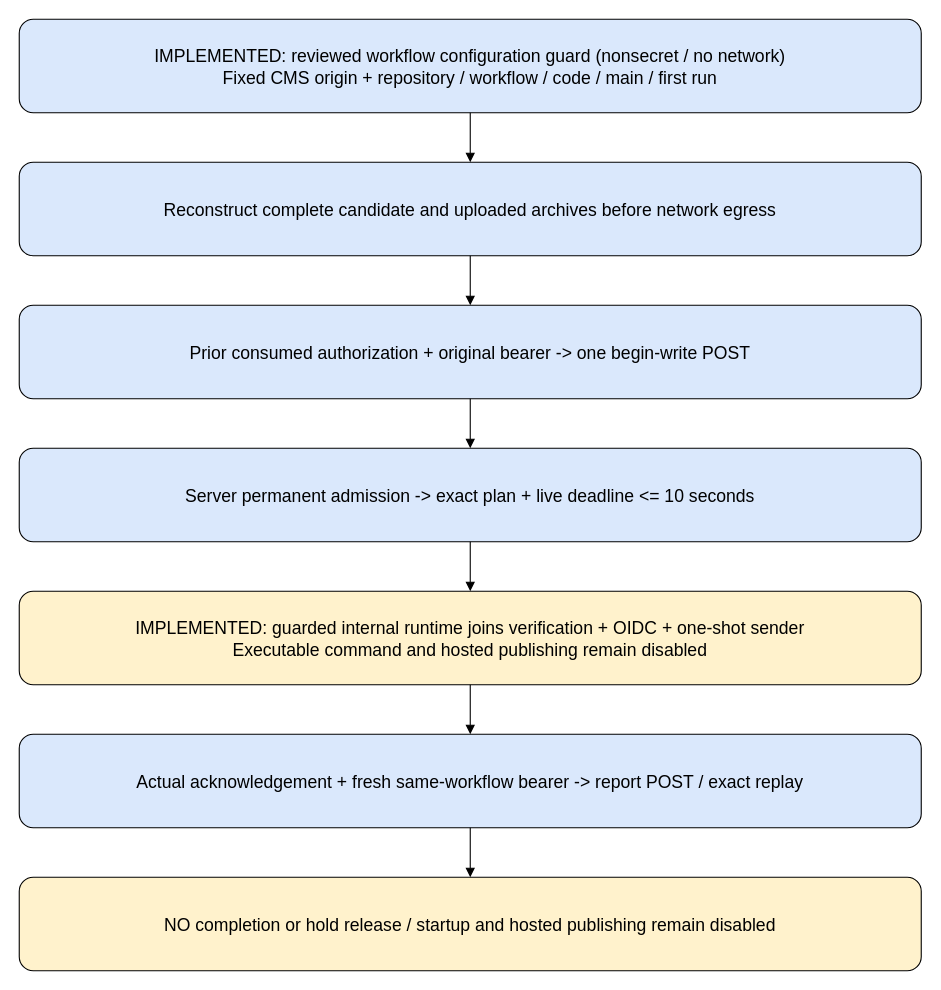
Before: docs/diagrams/receiver-client-exchange.drawio in devalltect00/devalltect00.github.io, a draw.io diagram. Source tidied: cells renumbered, new cells numbered last; positions are measured from the earlier drawing's top-left corner, leaving out a move shared by most shapes. Both pictures are drawn from the tidied source at 110%, with x=0, y=0 at pixel (19, 19).
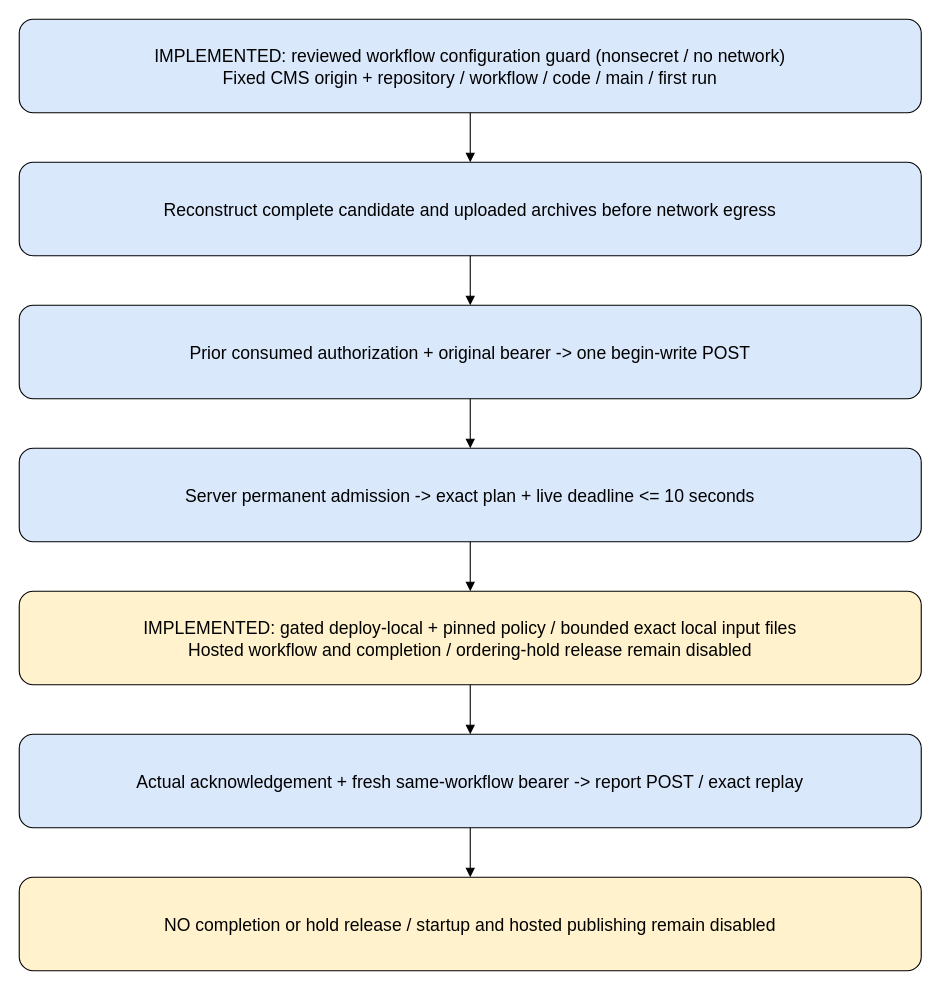
The same diagram, later.

What changed in the source:
```diff
@@
 <mxGraphModel>
   <root>
     <mxCell id="0" />
     <mxCell id="1" parent="0" />
     <mxCell id="2" value="IMPLEMENTED: reviewed workflow configuration guard (nonsecret / no network)&#10;Fixed CMS origin + repository / workflow / code / main / first run" style="rounded=1;whiteSpace=wrap;html=1;fillColor=#dae8fc;fontSize=16;" parent="1" vertex="1">
       <mxGeometry width="820" height="85" as="geometry" />
     </mxCell>
     <mxCell id="3" value="Reconstruct complete candidate and uploaded archives before network egress" style="rounded=1;whiteSpace=wrap;html=1;fillColor=#dae8fc;fontSize=16;" parent="1" vertex="1">
       <mxGeometry y="130" width="820" height="85" as="geometry" />
     </mxCell>
     <mxCell id="4" style="endArrow=block;" parent="1" edge="1" source="2" target="3">
       <mxGeometry relative="1" as="geometry" />
     </mxCell>
     <mxCell id="5" value="Prior consumed authorization + original bearer -&gt; one begin-write POST" style="rounded=1;whiteSpace=wrap;html=1;fillColor=#dae8fc;fontSize=16;" parent="1" vertex="1">
       <mxGeometry y="260" width="820" height="85" as="geometry" />
     </mxCell>
     <mxCell id="6" style="endArrow=block;" parent="1" edge="1" source="3" target="5">
       <mxGeometry relative="1" as="geometry" />
     </mxCell>
     <mxCell id="7" value="Server permanent admission -&gt; exact plan + live deadline &lt;= 10 seconds" style="rounded=1;whiteSpace=wrap;html=1;fillColor=#dae8fc;fontSize=16;" parent="1" vertex="1">
       <mxGeometry y="390" width="820" height="85" as="geometry" />
     </mxCell>
     <mxCell id="8" style="endArrow=block;" parent="1" edge="1" source="5" target="7">
       <mxGeometry relative="1" as="geometry" />
     </mxCell>
-    <mxCell id="9" value="IMPLEMENTED: guarded internal runtime joins verification + OIDC + one-shot sender&#10;Executable command and hosted publishing remain disabled" style="rounded=1;whiteSpace=wrap;html=1;fillColor=#fff2cc;fontSize=16;" parent="1" vertex="1">
+    <mxCell id="9" value="IMPLEMENTED: gated deploy-local + pinned policy / bounded exact local input files&#10;Hosted workflow and completion / ordering-hold release remain disabled" style="rounded=1;whiteSpace=wrap;html=1;fillColor=#fff2cc;fontSize=16;" parent="1" vertex="1">
       <mxGeometry y="520" width="820" height="85" as="geometry" />
     </mxCell>
     <mxCell id="10" style="endArrow=block;" parent="1" edge="1" source="7" target="9">
       <mxGeometry relative="1" as="geometry" />
     </mxCell>
     <mxCell id="11" value="Actual acknowledgement + fresh same-workflow bearer -&gt; report POST / exact replay" style="rounded=1;whiteSpace=wrap;html=1;fillColor=#dae8fc;fontSize=16;" parent="1" vertex="1">
       <mxGeometry y="650" width="820" height="85" as="geometry" />
     </mxCell>
     <mxCell id="12" style="endArrow=block;" parent="1" edge="1" source="9" target="11">
       <mxGeometry relative="1" as="geometry" />
     </mxCell>
     <mxCell id="13" value="NO completion or hold release / startup and hosted publishing remain disabled" style="rounded=1;whiteSpace=wrap;html=1;fillColor=#fff2cc;fontSize=16;" parent="1" vertex="1">
       <mxGeometry y="780" width="820" height="85" as="geometry" />
     </mxCell>
     <mxCell id="14" style="endArrow=block;" parent="1" edge="1" source="11" target="13">
       <mxGeometry relative="1" as="geometry" />
     </mxCell>
   </root>
 </mxGraphModel>
```
